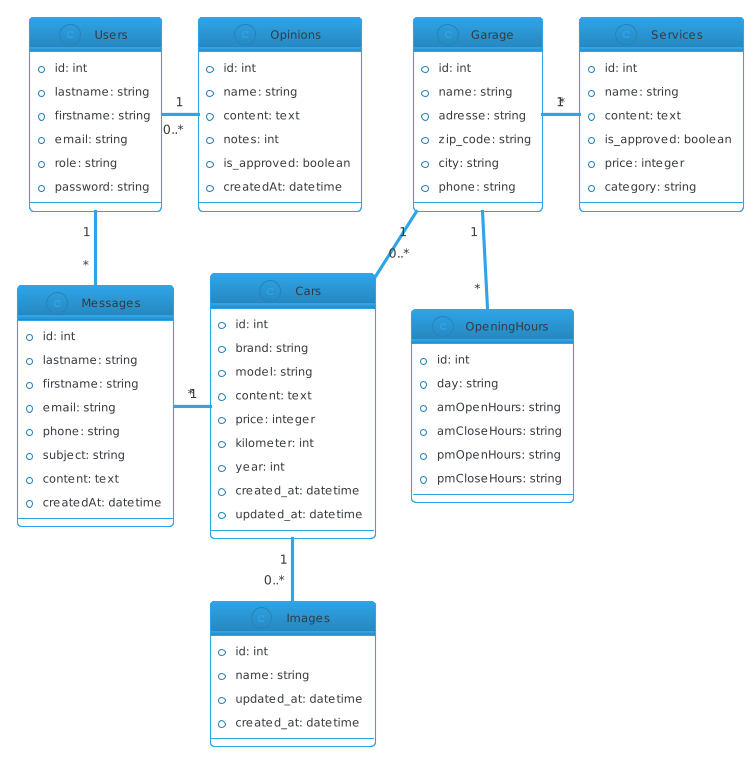
Before: diagrammes/diagramClass.png, a diagram exported from PlantUML (gahette/garage_automobile).
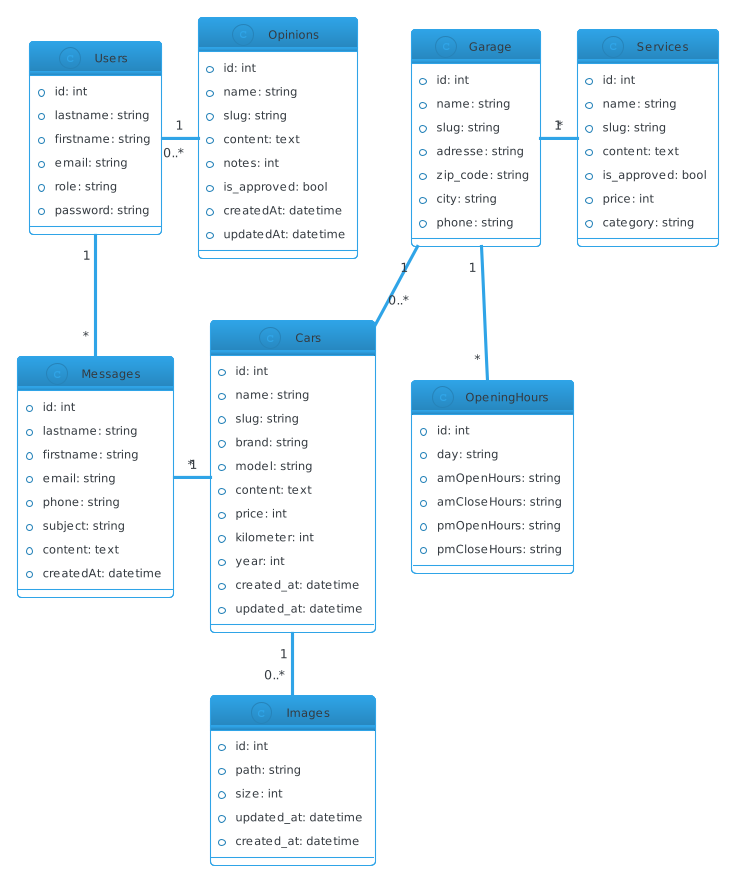
The same diagram one commit later.

Change to the diagram source:
```diff
@@ -5,6 +5,7 @@
 class Garage {
     +id: int
     +name: string
+    +slug: string
     +adresse: string
     +zip_code: string
     +city: string
@@ -13,10 +14,12 @@
 
 class Cars {
     +id: int
+    +name: string
+    +slug: string
     +brand: string
     +model: string
     +content: text
-    +price: integer
+    +price: int
     +kilometer: int
     +year: int
     +created_at: datetime
@@ -25,7 +28,8 @@
 
 class Images {
     +id: int
-    +name: string
+    +path: string
+    +size: int
     +updated_at: datetime
     +created_at: datetime
 }
@@ -53,18 +57,21 @@
 class Opinions {
     +id: int
     +name: string
+    +slug: string
     +content: text
     +notes: int
-    +is_approved: boolean
+    +is_approved: bool
     +createdAt: datetime
+    +updatedAt: datetime
 }
 
 class Services {
     +id: int
     +name: string
+    +slug: string
     +content: text
-    +is_approved: boolean
-    +price: integer
+    +is_approved: bool
+    +price: int
     +category: string
 }
 
```
